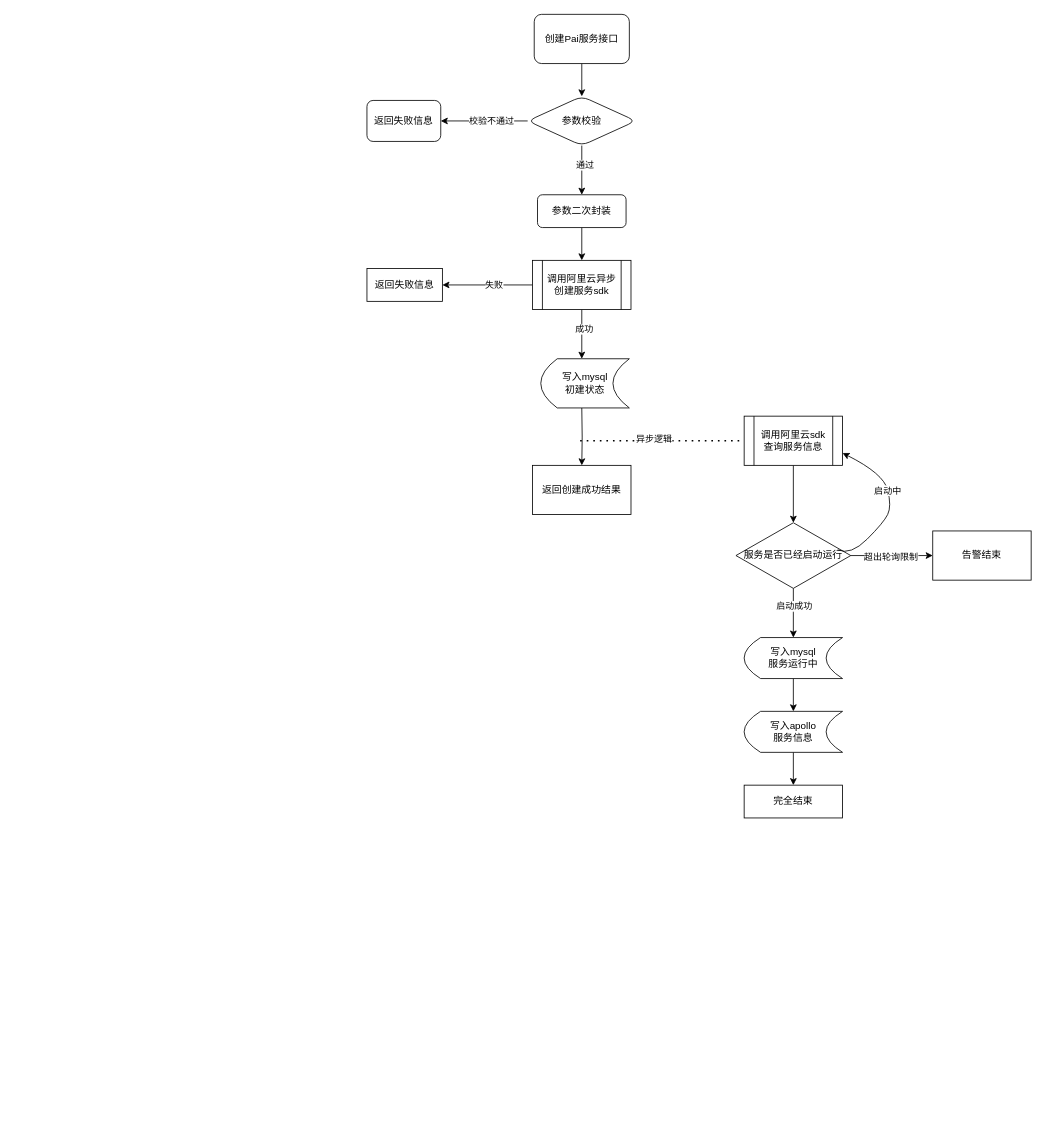
1418956397/JavaWeb-Project-Source-Share keeps this draw.io diagram as pai创建流程图.drawio. Above is the earlier version. Source tidied: cells renumbered, new cells numbered last; positions are measured from the earlier drawing's top-left corner, leaving out a move shared by most shapes. Both pictures are drawn from the tidied source at 82%, with x=0, y=0 at pixel (367, 14).
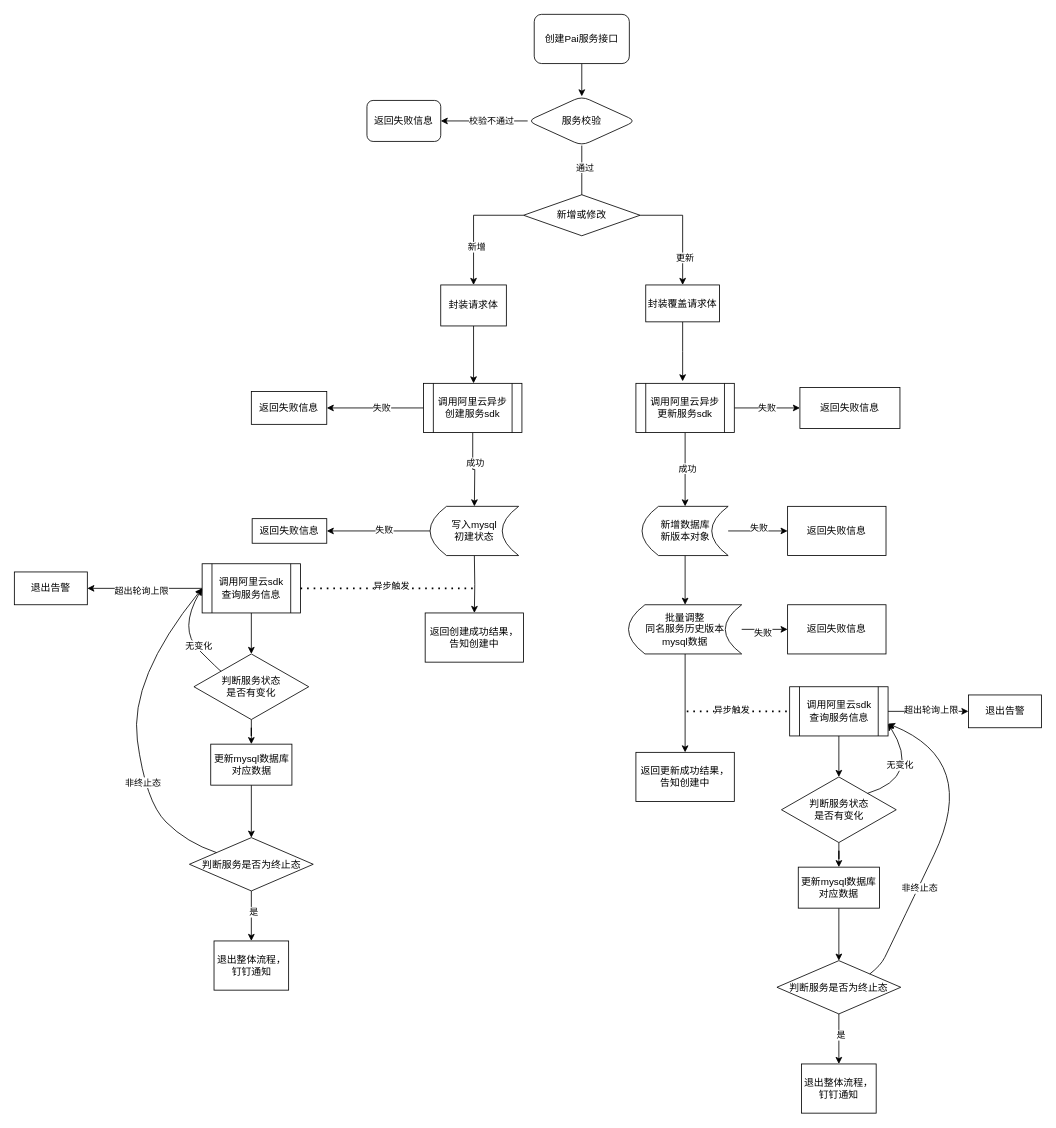
The same diagram, later.

Commit message:
更新pai创建流程图.drawio

The edit, as a diff of the source:
```diff
@@
-    <mxCell id="6" style="edgeStyle=orthogonalEdgeStyle;rounded=0;jettySize=auto;html=1;" parent="1" edge="1" source="8" target="11">
-      <mxGeometry relative="1" as="geometry" />
+    <mxCell id="6" style="edgeStyle=orthogonalEdgeStyle;rounded=0;jettySize=auto;html=1;" parent="1" edge="1" source="8">
+      <mxGeometry relative="1" as="geometry">
+        <mxPoint x="262" y="230" as="targetPoint" />
+      </mxGeometry>
     </mxCell>
@@
-    <mxCell id="8" value="参数校验" style="rhombus;whiteSpace=wrap;html=1;rounded=1;" parent="1" vertex="1">
+    <mxCell id="8" value="服务校验" style="rhombus;whiteSpace=wrap;html=1;rounded=1;" parent="1" vertex="1">
       <mxGeometry x="196" y="100" width="132" height="60" as="geometry" />
     </mxCell>
@@
-    <mxCell id="10" style="edgeStyle=orthogonalEdgeStyle;rounded=0;jettySize=auto;html=1;" parent="1" edge="1" source="11" target="16">
-      <mxGeometry relative="1" as="geometry" />
-    </mxCell>
-    <mxCell id="11" value="参数二次封装" style="whiteSpace=wrap;html=1;rounded=1;" parent="1" vertex="1">
-      <mxGeometry x="208" y="220" width="108" height="40" as="geometry" />
-    </mxCell>
@@
     <mxCell id="14" style="edgeStyle=orthogonalEdgeStyle;rounded=0;jettySize=auto;html=1;" parent="1" edge="1" source="16">
       <mxGeometry relative="1" as="geometry">
-        <mxPoint x="262" y="420" as="targetPoint" />
+        <mxPoint x="131" y="600" as="targetPoint" />
       </mxGeometry>
     </mxCell>
@@
     <mxCell id="16" value="调用阿里云异步创建服务sdk" style="shape=process;whiteSpace=wrap;html=1;backgroundOutline=1;" parent="1" vertex="1">
-      <mxGeometry x="202" y="300" width="120" height="60" as="geometry" />
+      <mxGeometry x="69" y="450" width="120" height="60" as="geometry" />
     </mxCell>
     <mxCell id="17" value="返回失败信息" style="whiteSpace=wrap;html=1;" parent="1" vertex="1">
-      <mxGeometry y="310" width="92" height="40" as="geometry" />
+      <mxGeometry x="-141" y="460" width="92" height="40" as="geometry" />
     </mxCell>
-    <mxCell id="18" value="返回创建成功结果" style="rounded=0;whiteSpace=wrap;html=1;" parent="1" vertex="1">
-      <mxGeometry x="202" y="550" width="120" height="60" as="geometry" />
+    <mxCell id="18" value="返回创建成功结果，&lt;div&gt;告知创建中&lt;/div&gt;" style="rounded=0;whiteSpace=wrap;html=1;" parent="1" vertex="1">
+      <mxGeometry x="71" y="730" width="120" height="60" as="geometry" />
     </mxCell>
     <mxCell id="19" style="edgeStyle=orthogonalEdgeStyle;rounded=0;jettySize=auto;html=1;" parent="1" edge="1" target="18">
       <mxGeometry relative="1" as="geometry">
-        <mxPoint x="262" y="480" as="sourcePoint" />
+        <mxPoint x="131" y="660" as="sourcePoint" />
       </mxGeometry>
     </mxCell>
+    <mxCell id="38" style="edgeStyle=orthogonalEdgeStyle;rounded=0;jettySize=auto;html=1;" parent="1" edge="1" source="20" target="78">
+      <mxGeometry relative="1" as="geometry" />
+    </mxCell>
+    <mxCell id="39" value="失败" style="edgeLabel;html=1;align=center;verticalAlign=middle;" parent="38" vertex="1">
+      <mxGeometry x="-0.1" y="-2" relative="1" as="geometry" />
+    </mxCell>
     <mxCell id="20" value="写入mysql&lt;div&gt;初建状态&lt;/div&gt;" style="shape=dataStorage;whiteSpace=wrap;html=1;fixedSize=1;" parent="1" vertex="1">
-      <mxGeometry x="212" y="420" width="108" height="60" as="geometry" />
+      <mxGeometry x="77" y="600" width="108" height="60" as="geometry" />
     </mxCell>
-    <mxCell id="21" style="endArrow=none;dashed=1;html=1;dashPattern=1 3;strokeWidth=2;rounded=0;entryX=0;entryY=0.5;entryDx=0;entryDy=0;" parent="1" edge="1" target="24">
-      <mxGeometry relative="1" as="geometry">
-        <mxPoint x="260" y="520" as="sourcePoint" />
-        <Array as="points">
-          <mxPoint x="420" y="520" />
-        </Array>
-      </mxGeometry>
-    </mxCell>
-    <mxCell id="22" value="异步逻辑" style="edgeLabel;html=1;align=center;verticalAlign=middle;" parent="21" vertex="1">
-      <mxGeometry x="-0.11" y="3" relative="1" as="geometry" />
-    </mxCell>
@@
+    <mxCell id="40" style="edgeStyle=orthogonalEdgeStyle;rounded=0;jettySize=auto;html=1;" parent="1" edge="1" source="24" target="60">
+      <mxGeometry relative="1" as="geometry" />
+    </mxCell>
+    <mxCell id="41" value="超出轮询上限" style="edgeLabel;html=1;align=center;verticalAlign=middle;" parent="40" vertex="1">
+      <mxGeometry x="0.07" y="2" relative="1" as="geometry" />
+    </mxCell>
     <mxCell id="24" value="调用阿里云sdk&lt;div&gt;查询服务信息&lt;/div&gt;" style="shape=process;whiteSpace=wrap;html=1;backgroundOutline=1;" parent="1" vertex="1">
-      <mxGeometry x="460" y="490" width="120" height="60" as="geometry" />
+      <mxGeometry x="-201" y="670" width="120" height="60" as="geometry" />
     </mxCell>
-    <mxCell id="25" style="edgeStyle=orthogonalEdgeStyle;rounded=0;jettySize=auto;html=1;" parent="1" edge="1" source="29">
-      <mxGeometry relative="1" as="geometry">
-        <mxPoint x="520" y="760" as="targetPoint" />
-      </mxGeometry>
+    <mxCell id="25" style="edgeStyle=orthogonalEdgeStyle;rounded=0;jettySize=auto;html=1;" parent="1" edge="1" source="29" target="52">
+      <mxGeometry relative="1" as="geometry" />
     </mxCell>
-    <mxCell id="26" value="启动成功" style="edgeLabel;html=1;align=center;verticalAlign=middle;" parent="25" vertex="1">
-      <mxGeometry x="-0.3" relative="1" as="geometry" />
-    </mxCell>
-    <mxCell id="27" style="edgeStyle=orthogonalEdgeStyle;rounded=0;jettySize=auto;html=1;" parent="1" edge="1" source="29" target="37">
-      <mxGeometry relative="1" as="geometry" />
-    </mxCell>
-    <mxCell id="28" value="超出轮询限制" style="edgeLabel;html=1;align=center;verticalAlign=middle;" parent="27" vertex="1">
-      <mxGeometry x="-0.04" y="-1" relative="1" as="geometry" />
-    </mxCell>
-    <mxCell id="29" value="服务是否已经启动运行" style="rhombus;whiteSpace=wrap;html=1;" parent="1" vertex="1">
-      <mxGeometry x="450" y="620" width="140" height="80" as="geometry" />
+    <mxCell id="29" value="判断服务状态&lt;div&gt;是否有变化&lt;/div&gt;" style="rhombus;whiteSpace=wrap;html=1;" parent="1" vertex="1">
+      <mxGeometry x="-211" y="780" width="140" height="80" as="geometry" />
     </mxCell>
+    <mxCell id="42" style="edgeStyle=orthogonalEdgeStyle;rounded=0;jettySize=auto;html=1;" parent="1" edge="1" source="46" target="48">
+      <mxGeometry relative="1" as="geometry" />
+    </mxCell>
+    <mxCell id="43" value="新增" style="edgeLabel;html=1;align=center;verticalAlign=middle;" parent="42" vertex="1">
+      <mxGeometry x="0.35" y="3" relative="1" as="geometry" />
+    </mxCell>
+    <mxCell id="44" style="edgeStyle=orthogonalEdgeStyle;rounded=0;jettySize=auto;html=1;" parent="1" edge="1" source="46" target="62">
+      <mxGeometry relative="1" as="geometry" />
+    </mxCell>
+    <mxCell id="45" value="更新" style="edgeLabel;html=1;align=center;verticalAlign=middle;" parent="44" vertex="1">
+      <mxGeometry x="0.5" y="2" relative="1" as="geometry" />
+    </mxCell>
+    <mxCell id="46" value="新增或修改" style="rhombus;whiteSpace=wrap;html=1;" parent="1" vertex="1">
+      <mxGeometry x="191" y="220" width="142" height="50" as="geometry" />
+    </mxCell>
+    <mxCell id="47" style="edgeStyle=orthogonalEdgeStyle;rounded=0;jettySize=auto;html=1;" parent="1" edge="1" source="48" target="16">
+      <mxGeometry relative="1" as="geometry">
+        <Array as="points">
+          <mxPoint x="130" y="510" />
+          <mxPoint x="130" y="510" />
+        </Array>
+      </mxGeometry>
+    </mxCell>
+    <mxCell id="48" value="封装请求体" style="whiteSpace=wrap;html=1;" parent="1" vertex="1">
+      <mxGeometry x="90" y="330" width="80" height="50" as="geometry" />
+    </mxCell>
+    <mxCell id="49" style="endArrow=none;dashed=1;html=1;dashPattern=1 3;strokeWidth=2;rounded=0;" parent="1" edge="1" source="24">
+      <mxGeometry relative="1" as="geometry">
+        <mxPoint x="129" y="700" as="targetPoint" />
+      </mxGeometry>
+    </mxCell>
+    <mxCell id="50" value="异步触发" style="edgeLabel;html=1;align=center;verticalAlign=middle;" parent="49" vertex="1">
+      <mxGeometry x="0.05" y="4" relative="1" as="geometry" />
+    </mxCell>
+    <mxCell id="51" style="edgeStyle=orthogonalEdgeStyle;rounded=0;jettySize=auto;html=1;" parent="1" edge="1" source="52" target="55">
+      <mxGeometry relative="1" as="geometry" />
+    </mxCell>
+    <mxCell id="52" value="更新mysql数据库&lt;div&gt;对应数据&lt;/div&gt;" style="rounded=0;whiteSpace=wrap;html=1;" parent="1" vertex="1">
+      <mxGeometry x="-190.5" y="890" width="99" height="50" as="geometry" />
+    </mxCell>
+    <mxCell id="53" style="edgeStyle=orthogonalEdgeStyle;rounded=0;jettySize=auto;html=1;" parent="1" edge="1" source="55" target="59">
+      <mxGeometry relative="1" as="geometry" />
+    </mxCell>
+    <mxCell id="54" value="是" style="edgeLabel;html=1;align=center;verticalAlign=middle;" parent="53" vertex="1">
+      <mxGeometry x="-0.18" y="2" relative="1" as="geometry" />
+    </mxCell>
+    <mxCell id="55" value="判断服务是否为终止态" style="rhombus;whiteSpace=wrap;html=1;rounded=0;" parent="1" vertex="1">
+      <mxGeometry x="-216.5" y="1004" width="151" height="65" as="geometry" />
+    </mxCell>
-    <mxCell id="30" style="curved=1;endArrow=classic;html=1;rounded=0;exitX=0.886;exitY=0.413;exitDx=0;exitDy=0;exitPerimeter=0;entryX=1;entryY=0.75;entryDx=0;entryDy=0;" parent="1" edge="1" source="29" target="24">
+    <mxCell id="30" style="curved=1;endArrow=classic;html=1;rounded=0;entryX=0;entryY=0.5;entryDx=0;entryDy=0;" parent="1" edge="1" source="29" target="24">
       <mxGeometry relative="1" as="geometry">
         <Array as="points">
-          <mxPoint x="590" y="660" />
-          <mxPoint x="630" y="620" />
-          <mxPoint x="640" y="600" />
-          <mxPoint x="630" y="560" />
+          <mxPoint x="-180" y="800" />
+          <mxPoint x="-230" y="750" />
         </Array>
       </mxGeometry>
     </mxCell>
-    <mxCell id="31" value="启动中" style="edgeLabel;html=1;align=center;verticalAlign=middle;" parent="30" vertex="1">
-      <mxGeometry x="0.21" y="1" relative="1" as="geometry" />
-    </mxCell>
-    <mxCell id="32" style="edgeStyle=orthogonalEdgeStyle;rounded=0;jettySize=auto;html=1;" parent="1" edge="1" source="33" target="35">
-      <mxGeometry relative="1" as="geometry" />
-    </mxCell>
-    <mxCell id="33" value="写入mysql&lt;div&gt;服务运行中&lt;/div&gt;" style="shape=dataStorage;whiteSpace=wrap;html=1;fixedSize=1;" parent="1" vertex="1">
-      <mxGeometry x="460" y="760" width="120" height="50" as="geometry" />
-    </mxCell>
-    <mxCell id="34" style="edgeStyle=orthogonalEdgeStyle;rounded=0;jettySize=auto;html=1;" parent="1" edge="1" source="35" target="36">
-      <mxGeometry relative="1" as="geometry" />
-    </mxCell>
-    <mxCell id="35" value="写入apollo&lt;div&gt;服务信息&lt;/div&gt;" style="shape=dataStorage;whiteSpace=wrap;html=1;fixedSize=1;" parent="1" vertex="1">
-      <mxGeometry x="460" y="850" width="120" height="50" as="geometry" />
-    </mxCell>
-    <mxCell id="36" value="完全结束" style="whiteSpace=wrap;html=1;" parent="1" vertex="1">
-      <mxGeometry x="460" y="940" width="120" height="40" as="geometry" />
-    </mxCell>
-    <mxCell id="37" value="告警结束" style="whiteSpace=wrap;html=1;" parent="1" vertex="1">
-      <mxGeometry x="690" y="630" width="120" height="60" as="geometry" />
-    </mxCell>
+    <mxCell id="56" value="无变化" style="edgeLabel;html=1;align=center;verticalAlign=middle;" parent="30" vertex="1">
+      <mxGeometry x="-0.36" y="-3" relative="1" as="geometry" />
+    </mxCell>
+    <mxCell id="57" style="curved=1;endArrow=classic;html=1;rounded=0;entryX=0;entryY=0.5;entryDx=0;entryDy=0;" parent="1" edge="1" source="55" target="24">
+      <mxGeometry relative="1" as="geometry">
+        <Array as="points">
+          <mxPoint x="-220" y="1010" />
+          <mxPoint x="-270" y="960" />
+          <mxPoint x="-290" y="810" />
+        </Array>
+      </mxGeometry>
+    </mxCell>
+    <mxCell id="58" value="非终止态" style="edgeLabel;html=1;align=center;verticalAlign=middle;" parent="57" vertex="1">
+      <mxGeometry x="-0.34" relative="1" as="geometry" />
+    </mxCell>
+    <mxCell id="59" value="退出整体流程，&lt;div&gt;钉钉通知&lt;/div&gt;" style="rounded=0;whiteSpace=wrap;html=1;" parent="1" vertex="1">
+      <mxGeometry x="-186.5" y="1130" width="91" height="60" as="geometry" />
+    </mxCell>
+    <mxCell id="60" value="退出告警" style="whiteSpace=wrap;html=1;" parent="1" vertex="1">
+      <mxGeometry x="-430" y="680" width="89" height="40" as="geometry" />
+    </mxCell>
+    <mxCell id="61" style="edgeStyle=orthogonalEdgeStyle;rounded=0;jettySize=auto;html=1;" parent="1" edge="1" source="62">
+      <mxGeometry relative="1" as="geometry">
+        <mxPoint x="385" y="447.5" as="targetPoint" />
+      </mxGeometry>
+    </mxCell>
+    <mxCell id="62" value="封装覆盖请求体" style="whiteSpace=wrap;html=1;" parent="1" vertex="1">
+      <mxGeometry x="340" y="330" width="90" height="45" as="geometry" />
+    </mxCell>
+    <mxCell id="63" value="失败" style="edgeStyle=orthogonalEdgeStyle;rounded=0;jettySize=auto;html=1;" parent="1" edge="1" source="66" target="67">
+      <mxGeometry relative="1" as="geometry" />
+    </mxCell>
+    <mxCell id="64" style="edgeStyle=orthogonalEdgeStyle;rounded=0;jettySize=auto;html=1;" parent="1" edge="1" source="66" target="71">
+      <mxGeometry relative="1" as="geometry" />
+    </mxCell>
+    <mxCell id="65" value="成功" style="edgeLabel;html=1;align=center;verticalAlign=middle;" parent="64" vertex="1">
+      <mxGeometry x="-0.04" y="2" relative="1" as="geometry" />
+    </mxCell>
+    <mxCell id="66" value="调用阿里云异步更新服务sdk" style="shape=process;whiteSpace=wrap;html=1;backgroundOutline=1;" parent="1" vertex="1">
+      <mxGeometry x="328" y="450" width="120" height="60" as="geometry" />
+    </mxCell>
+    <mxCell id="67" value="返回失败信息" style="whiteSpace=wrap;html=1;" parent="1" vertex="1">
+      <mxGeometry x="528" y="455" width="122" height="50" as="geometry" />
+    </mxCell>
+    <mxCell id="68" style="edgeStyle=orthogonalEdgeStyle;rounded=0;jettySize=auto;html=1;" parent="1" edge="1" source="71" target="72">
+      <mxGeometry relative="1" as="geometry" />
+    </mxCell>
+    <mxCell id="69" value="失败" style="edgeLabel;html=1;align=center;verticalAlign=middle;" parent="68" vertex="1">
+      <mxGeometry x="0.01" y="4" relative="1" as="geometry" />
+    </mxCell>
+    <mxCell id="70" style="edgeStyle=orthogonalEdgeStyle;rounded=0;jettySize=auto;html=1;" parent="1" edge="1" source="71" target="76">
+      <mxGeometry relative="1" as="geometry" />
+    </mxCell>
+    <mxCell id="71" value="新增数据库&lt;div&gt;新版本对象&lt;/div&gt;" style="shape=dataStorage;whiteSpace=wrap;html=1;fixedSize=1;" parent="1" vertex="1">
+      <mxGeometry x="335.5" y="600" width="105" height="60" as="geometry" />
+    </mxCell>
+    <mxCell id="72" value="返回失败信息" style="whiteSpace=wrap;html=1;" parent="1" vertex="1">
+      <mxGeometry x="513" y="600" width="120" height="60" as="geometry" />
+    </mxCell>
+    <mxCell id="73" style="edgeStyle=orthogonalEdgeStyle;rounded=0;jettySize=auto;html=1;" parent="1" edge="1" source="76" target="77">
+      <mxGeometry relative="1" as="geometry" />
+    </mxCell>
+    <mxCell id="74" value="失败" style="edgeLabel;html=1;align=center;verticalAlign=middle;" parent="73" vertex="1">
+      <mxGeometry x="-0.11" y="-4" relative="1" as="geometry" />
+    </mxCell>
+    <mxCell id="75" style="edgeStyle=orthogonalEdgeStyle;rounded=0;jettySize=auto;html=1;" parent="1" edge="1" source="76" target="79">
+      <mxGeometry relative="1" as="geometry" />
+    </mxCell>
+    <mxCell id="76" value="批量调整&lt;div&gt;同名服务历史版本&lt;/div&gt;&lt;div&gt;mysql数据&lt;/div&gt;" style="shape=dataStorage;whiteSpace=wrap;html=1;fixedSize=1;" parent="1" vertex="1">
+      <mxGeometry x="319" y="720" width="138" height="60" as="geometry" />
+    </mxCell>
+    <mxCell id="77" value="返回失败信息" style="whiteSpace=wrap;html=1;" parent="1" vertex="1">
+      <mxGeometry x="513" y="720" width="120" height="60" as="geometry" />
+    </mxCell>
+    <mxCell id="78" value="返回失败信息" style="whiteSpace=wrap;html=1;" parent="1" vertex="1">
+      <mxGeometry x="-140" y="615" width="91" height="30" as="geometry" />
+    </mxCell>
+    <mxCell id="79" value="返回更新成功结果，&lt;div&gt;告知创建中&lt;/div&gt;" style="whiteSpace=wrap;html=1;" parent="1" vertex="1">
+      <mxGeometry x="328" y="900" width="120" height="60" as="geometry" />
+    </mxCell>
+    <mxCell id="80" style="endArrow=none;dashed=1;html=1;dashPattern=1 3;strokeWidth=2;rounded=0;" parent="1" edge="1">
+      <mxGeometry relative="1" as="geometry">
+        <mxPoint x="390" y="850" as="sourcePoint" />
+        <mxPoint x="513" y="850" as="targetPoint" />
+      </mxGeometry>
+    </mxCell>
+    <mxCell id="81" value="异步触发" style="edgeLabel;html=1;align=center;verticalAlign=middle;" parent="80" vertex="1">
+      <mxGeometry x="-0.12" y="2" relative="1" as="geometry" />
+    </mxCell>
+    <mxCell id="82" style="edgeStyle=orthogonalEdgeStyle;rounded=0;jettySize=auto;html=1;" parent="1" edge="1" source="85" target="87">
+      <mxGeometry relative="1" as="geometry" />
+    </mxCell>
+    <mxCell id="83" style="edgeStyle=orthogonalEdgeStyle;rounded=0;jettySize=auto;html=1;" parent="1" edge="1" source="85" target="94">
+      <mxGeometry relative="1" as="geometry" />
+    </mxCell>
+    <mxCell id="84" value="超出轮询上限" style="edgeLabel;html=1;align=center;verticalAlign=middle;" parent="83" vertex="1">
+      <mxGeometry x="0.07" y="2" relative="1" as="geometry" />
+    </mxCell>
+    <mxCell id="85" value="调用阿里云sdk&lt;div&gt;查询服务信息&lt;/div&gt;" style="shape=process;whiteSpace=wrap;html=1;backgroundOutline=1;" parent="1" vertex="1">
+      <mxGeometry x="515.5" y="820" width="120" height="60" as="geometry" />
+    </mxCell>
+    <mxCell id="86" style="edgeStyle=orthogonalEdgeStyle;rounded=0;jettySize=auto;html=1;" parent="1" edge="1" source="87" target="89">
+      <mxGeometry relative="1" as="geometry" />
+    </mxCell>
+    <mxCell id="87" value="判断服务状态&lt;div&gt;是否有变化&lt;/div&gt;" style="rhombus;whiteSpace=wrap;html=1;" parent="1" vertex="1">
+      <mxGeometry x="505.5" y="930" width="140" height="80" as="geometry" />
+    </mxCell>
+    <mxCell id="88" style="edgeStyle=orthogonalEdgeStyle;rounded=0;jettySize=auto;html=1;" parent="1" edge="1" source="89" target="92">
+      <mxGeometry relative="1" as="geometry" />
+    </mxCell>
+    <mxCell id="89" value="更新mysql数据库&lt;div&gt;对应数据&lt;/div&gt;" style="rounded=0;whiteSpace=wrap;html=1;" parent="1" vertex="1">
+      <mxGeometry x="526" y="1040" width="99" height="50" as="geometry" />
+    </mxCell>
+    <mxCell id="90" style="edgeStyle=orthogonalEdgeStyle;rounded=0;jettySize=auto;html=1;" parent="1" edge="1" source="92" target="93">
+      <mxGeometry relative="1" as="geometry" />
+    </mxCell>
+    <mxCell id="91" value="是" style="edgeLabel;html=1;align=center;verticalAlign=middle;" parent="90" vertex="1">
+      <mxGeometry x="-0.18" y="2" relative="1" as="geometry" />
+    </mxCell>
+    <mxCell id="92" value="判断服务是否为终止态" style="rhombus;whiteSpace=wrap;html=1;rounded=0;" parent="1" vertex="1">
+      <mxGeometry x="500" y="1154" width="151" height="65" as="geometry" />
+    </mxCell>
+    <mxCell id="93" value="退出整体流程，&lt;div&gt;钉钉通知&lt;/div&gt;" style="rounded=0;whiteSpace=wrap;html=1;" parent="1" vertex="1">
+      <mxGeometry x="530" y="1280" width="91" height="60" as="geometry" />
+    </mxCell>
+    <mxCell id="94" value="退出告警" style="whiteSpace=wrap;html=1;" parent="1" vertex="1">
+      <mxGeometry x="733.5" y="830" width="89" height="40" as="geometry" />
+    </mxCell>
+    <mxCell id="95" style="curved=1;endArrow=classic;html=1;rounded=0;exitX=1;exitY=0;exitDx=0;exitDy=0;entryX=1;entryY=0.75;entryDx=0;entryDy=0;" parent="1" edge="1" source="87" target="85">
+      <mxGeometry relative="1" as="geometry">
+        <Array as="points">
+          <mxPoint x="676.5" y="930" />
+        </Array>
+      </mxGeometry>
+    </mxCell>
+    <mxCell id="96" value="无变化" style="edgeLabel;html=1;align=center;verticalAlign=middle;" parent="95" vertex="1">
+      <mxGeometry x="0.32" y="15" relative="1" as="geometry" />
+    </mxCell>
+    <mxCell id="97" style="curved=1;endArrow=classic;html=1;rounded=0;exitX=1;exitY=0;exitDx=0;exitDy=0;entryX=1;entryY=0.75;entryDx=0;entryDy=0;" parent="1" edge="1" source="92" target="85">
+      <mxGeometry relative="1" as="geometry">
+        <Array as="points">
+          <mxPoint x="626.5" y="1160" />
+          <mxPoint x="636.5" y="1140" />
+          <mxPoint x="746.5" y="910" />
+        </Array>
+      </mxGeometry>
+    </mxCell>
+    <mxCell id="98" value="非终止态" style="edgeLabel;html=1;align=center;verticalAlign=middle;" parent="97" vertex="1">
+      <mxGeometry x="-0.41" y="-1" relative="1" as="geometry" />
+    </mxCell>
```
